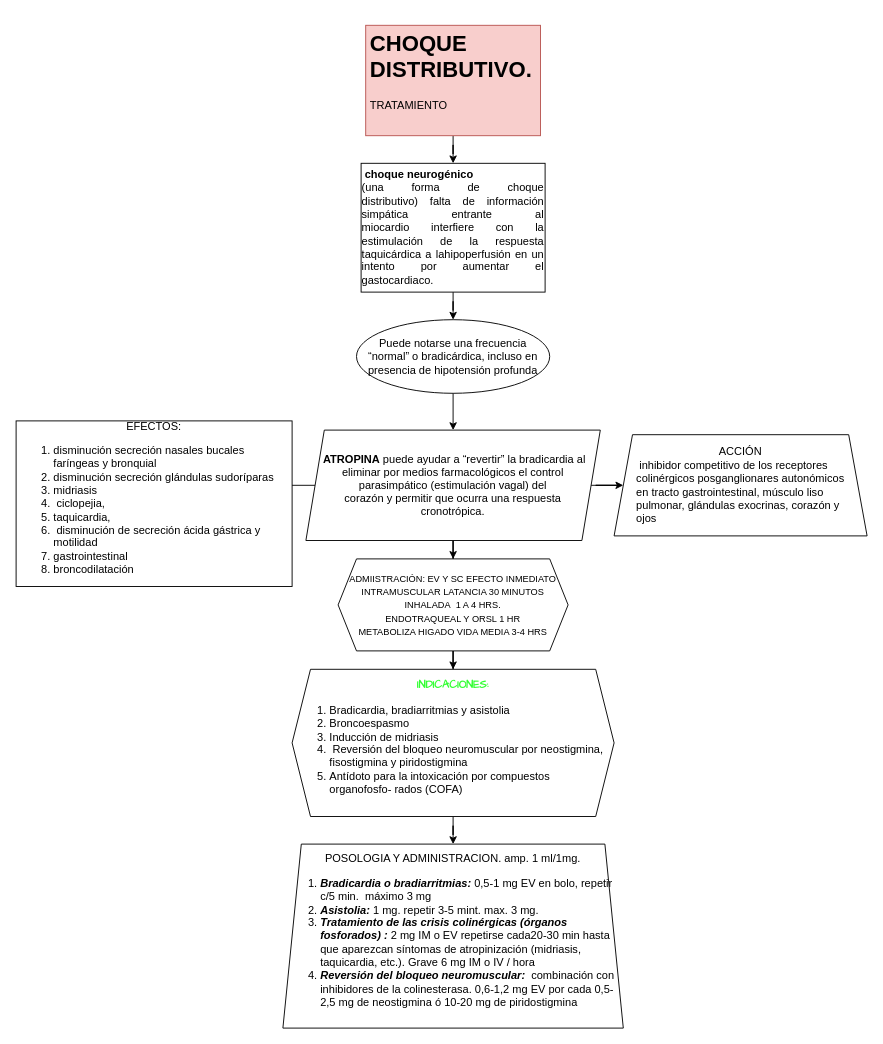
This is Untitled Diagram.drawio from jcapont/MEDICINA, a draw.io file, before an edit. Source tidied: cells renumbered, new cells numbered last; positions are measured from the earlier drawing's top-left corner, leaving out a move shared by most shapes. Both pictures are drawn from the tidied source at 92%, with x=0, y=0 at pixel (16, 25).
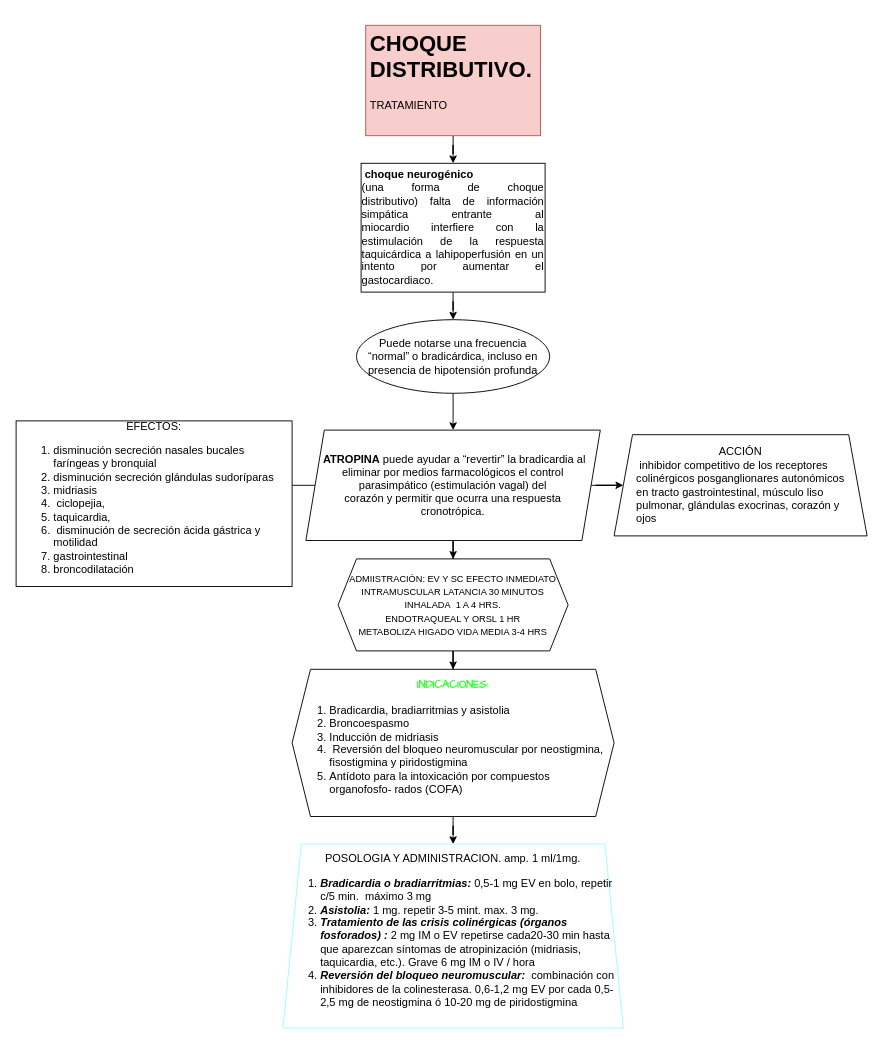
After the change.

The edit, as a diff of the source:
```diff
@@
 <mxGraphModel>
   <root>
     <mxCell id="0" />
     <mxCell id="1" parent="0" />
     <mxCell id="2" style="edgeStyle=orthogonalEdgeStyle;rounded=0;jettySize=auto;html=1;" parent="1" edge="1" source="3" target="5">
       <mxGeometry relative="1" as="geometry" />
     </mxCell>
     <mxCell id="3" value="&lt;h1&gt;CHOQUE DISTRIBUTIVO.&lt;/h1&gt;&lt;p&gt;TRATAMIENTO&lt;/p&gt;" style="text;html=1;strokeColor=#b85450;fillColor=#f8cecc;spacing=5;spacingTop=-20;whiteSpace=wrap;overflow=hidden;rounded=0;" parent="1" vertex="1">
       <mxGeometry x="380" width="190" height="120" as="geometry" />
     </mxCell>
     <mxCell id="4" style="edgeStyle=orthogonalEdgeStyle;rounded=0;jettySize=auto;html=1;" parent="1" edge="1" source="5" target="7">
       <mxGeometry relative="1" as="geometry" />
     </mxCell>
     <mxCell id="5" value="&lt;div style=&quot;text-align: justify&quot;&gt;&lt;b&gt;&amp;nbsp;choque neurogénico&lt;/b&gt;&lt;span&gt;&amp;nbsp;&lt;/span&gt;&lt;/div&gt;&lt;div style=&quot;text-align: justify&quot;&gt;&lt;span&gt;(una forma de choque distributivo)&lt;/span&gt;&lt;span&gt;&amp;nbsp;falta de información simpática entrante al miocardio&amp;nbsp;&lt;/span&gt;&lt;span&gt;interfi&lt;/span&gt;&lt;span&gt;ere con la estimulación de la respuesta taquicárdica a la&lt;/span&gt;&lt;span&gt;hipoperfusión en un intento por aumentar el gasto&lt;/span&gt;&lt;span&gt;cardiaco.&lt;/span&gt;&lt;/div&gt;" style="whiteSpace=wrap;html=1;" parent="1" vertex="1">
       <mxGeometry x="375" y="150" width="200" height="140" as="geometry" />
     </mxCell>
     <mxCell id="6" style="edgeStyle=orthogonalEdgeStyle;rounded=0;jettySize=auto;html=1;" parent="1" edge="1" source="7" target="11">
       <mxGeometry relative="1" as="geometry" />
     </mxCell>
     <mxCell id="7" value="&lt;div&gt;Puede notarse una frecuencia&lt;/div&gt;&lt;div&gt;“normal” o bradicárdica, incluso en presencia de hipotensión profunda&lt;/div&gt;" style="ellipse;whiteSpace=wrap;html=1;" parent="1" vertex="1">
       <mxGeometry x="370" y="320" width="210" height="80" as="geometry" />
     </mxCell>
     <mxCell id="8" style="edgeStyle=orthogonalEdgeStyle;rounded=0;jettySize=auto;html=1;" parent="1" edge="1" source="11" target="12">
       <mxGeometry relative="1" as="geometry" />
     </mxCell>
     <mxCell id="9" style="edgeStyle=orthogonalEdgeStyle;rounded=0;jettySize=auto;html=1;" parent="1" edge="1" source="11" target="13">
       <mxGeometry relative="1" as="geometry" />
     </mxCell>
     <mxCell id="10" style="edgeStyle=orthogonalEdgeStyle;rounded=0;jettySize=auto;html=1;" parent="1" edge="1" source="11" target="15">
       <mxGeometry relative="1" as="geometry" />
     </mxCell>
     <mxCell id="11" value="&lt;div&gt;&amp;nbsp;&lt;b&gt;ATROPINA&amp;nbsp;&lt;/b&gt;puede ayudar a “revertir” la&amp;nbsp;&lt;span&gt;bradicardia al eliminar por medios farmacológicos el control parasimpático (estimulación&amp;nbsp;&lt;/span&gt;&lt;span&gt;vagal) del&lt;/span&gt;&lt;/div&gt;&lt;div&gt;corazón y permitir que&amp;nbsp;&lt;span&gt;ocurra una respuesta&lt;/span&gt;&lt;/div&gt;&lt;div&gt;cronotrópica.&lt;/div&gt;" style="shape=parallelogram;perimeter=parallelogramPerimeter;whiteSpace=wrap;html=1;fixedSize=1;" parent="1" vertex="1">
       <mxGeometry x="315" y="440" width="320" height="120" as="geometry" />
     </mxCell>
     <mxCell id="12" value="&lt;div&gt;ACCIÓN&lt;/div&gt;&lt;div style=&quot;text-align: justify&quot;&gt;&amp;nbsp;inhibidor competitivo de los receptores&lt;/div&gt;&lt;div style=&quot;text-align: justify&quot;&gt;colinérgicos posganglionares autonómicos&lt;/div&gt;&lt;div style=&quot;text-align: justify&quot;&gt;en tracto&amp;nbsp;&lt;span&gt;gastrointestinal, músculo liso&lt;/span&gt;&lt;/div&gt;&lt;div style=&quot;text-align: justify&quot;&gt;pulmonar, glándulas exocrinas,&amp;nbsp;&lt;span&gt;corazón y&lt;/span&gt;&lt;/div&gt;&lt;div style=&quot;text-align: justify&quot;&gt;ojos&lt;/div&gt;" style="shape=trapezoid;perimeter=trapezoidPerimeter;whiteSpace=wrap;html=1;fixedSize=1;align=center;" parent="1" vertex="1">
       <mxGeometry x="650" y="445" width="275" height="110" as="geometry" />
     </mxCell>
     <mxCell id="13" value="EFECTOS:&lt;br&gt;&lt;ol&gt;&lt;li style=&quot;text-align: left&quot;&gt;disminución secreción nasales bucales faríngeas y bronquial&lt;br&gt;&lt;/li&gt;&lt;li style=&quot;text-align: left&quot;&gt;disminución secreción glándulas sudoríparas&lt;/li&gt;&lt;li style=&quot;text-align: left&quot;&gt;&lt;span&gt;midriasis&lt;/span&gt;&lt;/li&gt;&lt;li style=&quot;text-align: left&quot;&gt;&lt;span&gt;&amp;nbsp;ciclopejia,&amp;nbsp;&lt;/span&gt;&lt;/li&gt;&lt;li style=&quot;text-align: left&quot;&gt;&lt;span&gt;taquicardia,&lt;/span&gt;&lt;/li&gt;&lt;li style=&quot;text-align: left&quot;&gt;&lt;span&gt;&amp;nbsp;disminución de secreción ácida gástrica y motilidad&lt;/span&gt;&lt;br&gt;&lt;/li&gt;&lt;li style=&quot;text-align: left&quot;&gt;gastrointestinal&lt;/li&gt;&lt;li style=&quot;text-align: left&quot;&gt;broncodilatación&lt;/li&gt;&lt;/ol&gt;" style="whiteSpace=wrap;html=1;" parent="1" vertex="1">
       <mxGeometry y="430" width="300" height="180" as="geometry" />
     </mxCell>
     <mxCell id="14" style="edgeStyle=orthogonalEdgeStyle;rounded=0;jettySize=auto;html=1;" parent="1" edge="1" source="15" target="17">
       <mxGeometry relative="1" as="geometry" />
     </mxCell>
     <mxCell id="15" value="&lt;font style=&quot;font-size: 10px&quot;&gt;ADMIISTRACIÓN: EV Y SC EFECTO INMEDIATO&lt;br&gt;INTRAMUSCULAR LATANCIA 30 MINUTOS&lt;br&gt;INHALADA&amp;nbsp; 1 A 4 HRS.&lt;br&gt;ENDOTRAQUEAL Y ORSL 1 HR&lt;br&gt;METABOLIZA HIGADO VIDA MEDIA 3-4 HRS&lt;br&gt;&lt;/font&gt;" style="shape=hexagon;perimeter=hexagonPerimeter2;whiteSpace=wrap;html=1;fixedSize=1;align=center;" parent="1" vertex="1">
       <mxGeometry x="350" y="580" width="250" height="100" as="geometry" />
     </mxCell>
     <mxCell id="16" style="edgeStyle=orthogonalEdgeStyle;rounded=0;jettySize=auto;html=1;" parent="1" edge="1" source="17" target="18">
       <mxGeometry relative="1" as="geometry" />
     </mxCell>
     <mxCell id="17" value="&lt;b&gt;&lt;font face=&quot;Comic Sans MS&quot; color=&quot;#33ff33&quot;&gt;INDICACIONES:&lt;/font&gt;&lt;/b&gt;&lt;br&gt;&lt;div&gt;&lt;ol&gt;&lt;li style=&quot;text-align: left&quot;&gt;Bradicardia, bradiarritmias y asistolia&lt;/li&gt;&lt;li style=&quot;text-align: left&quot;&gt;Broncoespasmo&lt;/li&gt;&lt;li style=&quot;text-align: left&quot;&gt;Inducción de midriasis&lt;/li&gt;&lt;li style=&quot;text-align: left&quot;&gt;&amp;nbsp;Reversión del bloqueo neuromuscular por neostigmina, fisostigmina y piridostigmina&lt;/li&gt;&lt;li style=&quot;text-align: left&quot;&gt;Antídoto para la intoxicación por compuestos organofosfo- rados (COFA)&lt;/li&gt;&lt;/ol&gt;&lt;/div&gt;" style="shape=hexagon;perimeter=hexagonPerimeter2;whiteSpace=wrap;html=1;fixedSize=1;align=center;" parent="1" vertex="1">
       <mxGeometry x="300" y="700" width="350" height="160" as="geometry" />
     </mxCell>
-    <mxCell id="18" value="POSOLOGIA Y ADMINISTRACION. amp. 1 ml/1mg.&lt;br&gt;&lt;div&gt;&lt;ol&gt;&lt;li style=&quot;text-align: left&quot;&gt;&lt;i&gt;&lt;b&gt;Bradicardia o bradiarritmias:&lt;/b&gt;&lt;/i&gt;&amp;nbsp;0,5-1 mg EV en bolo, repetir c/5 min.&amp;nbsp; máximo 3 mg&lt;/li&gt;&lt;li style=&quot;text-align: left&quot;&gt;&lt;i&gt;&lt;b&gt;Asistolia:&lt;/b&gt;&lt;/i&gt; 1 mg. repetir 3-5 mint. max. 3 mg.&lt;br&gt;&lt;/li&gt;&lt;li style=&quot;text-align: left&quot;&gt;&lt;b&gt;&lt;i&gt;Tratamiento de las crisis colinérgicas (órganos fosforados) :&amp;nbsp;&lt;/i&gt;&lt;/b&gt;&lt;span&gt;2 mg IM o EV repetirse cada&lt;/span&gt;20-30 min hasta que aparezcan síntomas de atropinización (midriasis, taquicardia, etc.). Grave 6 mg IM o IV / hora&lt;/li&gt;&lt;li style=&quot;text-align: left&quot;&gt;&lt;b style=&quot;font-style: italic&quot;&gt;Reversión del bloqueo neuromuscular:&amp;nbsp;&amp;nbsp;&lt;/b&gt;combinación con inhibidores de la colinesterasa. 0,6-1,2 mg EV por cada 0,5-2,5 mg de neostigmina ó 10-20 mg de piridostigmina&lt;/li&gt;&lt;/ol&gt;&lt;/div&gt;" style="shape=trapezoid;perimeter=trapezoidPerimeter;whiteSpace=wrap;html=1;fixedSize=1;" parent="1" vertex="1">
+    <mxCell id="18" value="POSOLOGIA Y ADMINISTRACION. amp. 1 ml/1mg.&lt;br&gt;&lt;div&gt;&lt;ol&gt;&lt;li style=&quot;text-align: left&quot;&gt;&lt;i&gt;&lt;b&gt;Bradicardia o bradiarritmias:&lt;/b&gt;&lt;/i&gt;&amp;nbsp;0,5-1 mg EV en bolo, repetir c/5 min.&amp;nbsp; máximo 3 mg&lt;/li&gt;&lt;li style=&quot;text-align: left&quot;&gt;&lt;i&gt;&lt;b&gt;Asistolia:&lt;/b&gt;&lt;/i&gt; 1 mg. repetir 3-5 mint. max. 3 mg.&lt;br&gt;&lt;/li&gt;&lt;li style=&quot;text-align: left&quot;&gt;&lt;b&gt;&lt;i&gt;Tratamiento de las crisis colinérgicas (órganos fosforados) :&amp;nbsp;&lt;/i&gt;&lt;/b&gt;&lt;span&gt;2 mg IM o EV repetirse cada&lt;/span&gt;20-30 min hasta que aparezcan síntomas de atropinización (midriasis, taquicardia, etc.). Grave 6 mg IM o IV / hora&lt;/li&gt;&lt;li style=&quot;text-align: left&quot;&gt;&lt;b style=&quot;font-style: italic&quot;&gt;Reversión del bloqueo neuromuscular:&amp;nbsp;&amp;nbsp;&lt;/b&gt;combinación con inhibidores de la colinesterasa. 0,6-1,2 mg EV por cada 0,5-2,5 mg de neostigmina ó 10-20 mg de piridostigmina&lt;/li&gt;&lt;/ol&gt;&lt;/div&gt;" style="shape=trapezoid;perimeter=trapezoidPerimeter;whiteSpace=wrap;html=1;fixedSize=1;strokeColor=#99FFFF;" parent="1" vertex="1">
       <mxGeometry x="290" y="890" width="370" height="200" as="geometry" />
     </mxCell>
   </root>
 </mxGraphModel>
```
